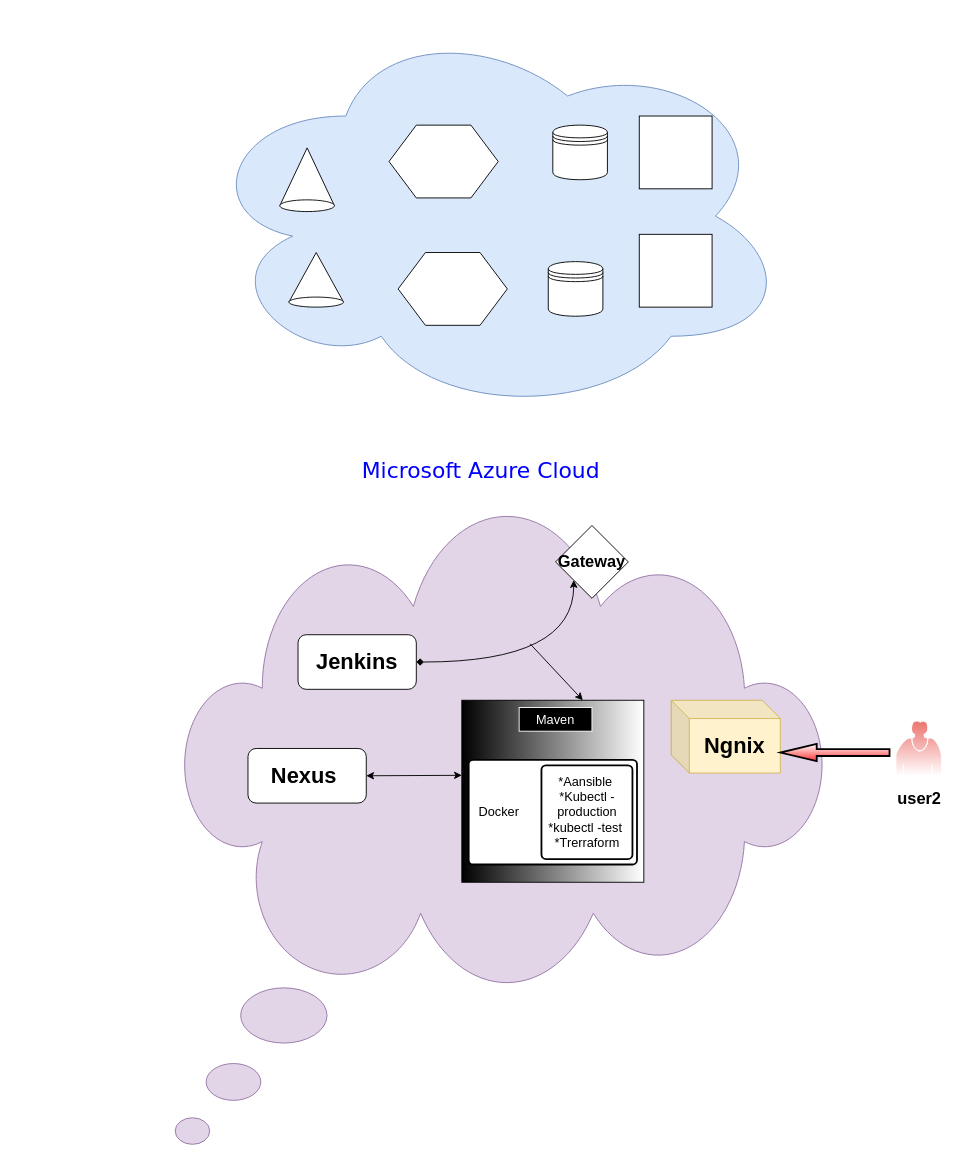
Before: page "Page-1" (1 of 2) of Untitled Diagram.drawio in kraiem12/Projet-infra-aszure, a draw.io diagram. Source tidied: cells renumbered, new cells numbered last; positions are measured from the earlier drawing's top-left corner, leaving out a move shared by most shapes. Both pictures are drawn from the tidied source at 91%, with x=0, y=0 at pixel (175, 15).
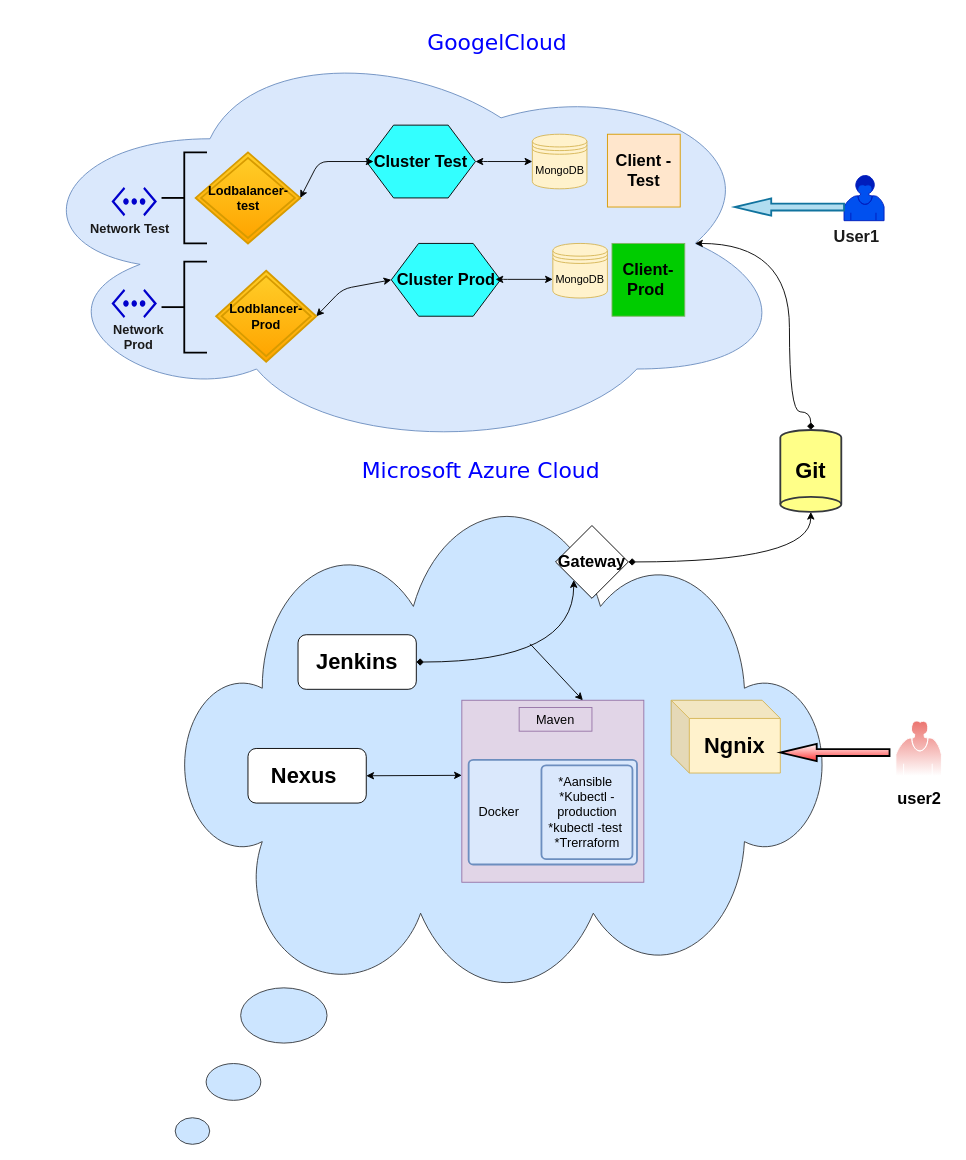
Above is the later version.

The change refers to these unchanged cells:
```xml
<mxCell id="17" value="&lt;h2&gt;&lt;b&gt;Gateway&lt;/b&gt;&lt;/h2&gt;" style="rhombus;whiteSpace=wrap;html=1;" parent="1" vertex="1">
  <mxGeometry x="418" y="560" width="80" height="80" as="geometry" />
</mxCell>
```

Diff of the diagram source:
```diff
@@
     <mxCell id="2" style="ellipse;shape=cloud;whiteSpace=wrap;html=1;fillColor=#dae8fc;strokeColor=#6c8ebf;" parent="1" vertex="1">
-      <mxGeometry x="25" width="650" height="440" as="geometry" />
+      <mxGeometry x="-175" y="20" width="853" height="460" as="geometry" />
     </mxCell>
-    <mxCell id="3" style="whiteSpace=wrap;html=1;" parent="1" vertex="1">
-      <mxGeometry x="510" y="110" width="80" height="80" as="geometry" />
+    <mxCell id="3" value="&lt;h2&gt;&lt;b&gt;Client -Test&lt;/b&gt;&lt;/h2&gt;" style="whiteSpace=wrap;html=1;fillColor=#ffe6cc;strokeColor=#d79b00;" parent="1" vertex="1">
+      <mxGeometry x="475" y="130" width="80" height="80" as="geometry" />
     </mxCell>
-    <mxCell id="4" style="whiteSpace=wrap;html=1;" parent="1" vertex="1">
-      <mxGeometry x="510" y="240" width="80" height="80" as="geometry" />
+    <mxCell id="4" value="&lt;h2&gt;Client-Prod&amp;nbsp;&lt;/h2&gt;" style="whiteSpace=wrap;html=1;fillColor=#00CC00;strokeColor=#82b366;" parent="1" vertex="1">
+      <mxGeometry x="480" y="250" width="80" height="80" as="geometry" />
     </mxCell>
-    <mxCell id="5" style="shape=hexagon;perimeter=hexagonPerimeter2;whiteSpace=wrap;html=1;" parent="1" vertex="1">
-      <mxGeometry x="235" y="120" width="120" height="80" as="geometry" />
+    <mxCell id="5" value="&lt;h2&gt;Cluster Test&lt;/h2&gt;" style="shape=hexagon;perimeter=hexagonPerimeter2;whiteSpace=wrap;html=1;fillColor=#33FFFF;" parent="1" vertex="1">
+      <mxGeometry x="210" y="120" width="120" height="80" as="geometry" />
     </mxCell>
-    <mxCell id="6" style="shape=hexagon;perimeter=hexagonPerimeter2;whiteSpace=wrap;html=1;" parent="1" vertex="1">
-      <mxGeometry x="245" y="260" width="120" height="80" as="geometry" />
+    <mxCell id="6" value="&lt;h2&gt;Cluster Prod&lt;/h2&gt;" style="shape=hexagon;perimeter=hexagonPerimeter2;whiteSpace=wrap;html=1;fillColor=#33FFFF;" parent="1" vertex="1">
+      <mxGeometry x="237.5" y="250" width="120" height="80" as="geometry" />
     </mxCell>
-    <mxCell id="7" style="shape=datastore;whiteSpace=wrap;html=1;" parent="1" vertex="1">
-      <mxGeometry x="415" y="120" width="60" height="60" as="geometry" />
+    <mxCell id="7" value="MongoDB" style="shape=datastore;whiteSpace=wrap;html=1;fillColor=#fff2cc;strokeColor=#d6b656;" parent="1" vertex="1">
+      <mxGeometry x="392.5" y="130" width="60" height="60" as="geometry" />
     </mxCell>
-    <mxCell id="8" style="shape=datastore;whiteSpace=wrap;html=1;" parent="1" vertex="1">
-      <mxGeometry x="410" y="270" width="60" height="60" as="geometry" />
+    <mxCell id="8" value="MongoDB" style="shape=datastore;whiteSpace=wrap;html=1;fillColor=#fff2cc;strokeColor=#d6b656;" parent="1" vertex="1">
+      <mxGeometry x="415" y="250" width="60" height="60" as="geometry" />
     </mxCell>
-    <mxCell id="9" style="verticalLabelPosition=bottom;verticalAlign=top;html=1;shape=mxgraph.basic.cone;" parent="1" vertex="1">
-      <mxGeometry x="115" y="145" width="60" height="70" as="geometry" />
-    </mxCell>
-    <mxCell id="10" style="verticalLabelPosition=bottom;verticalAlign=top;html=1;shape=mxgraph.basic.cone;" parent="1" vertex="1">
-      <mxGeometry x="125" y="260" width="60" height="60" as="geometry" />
-    </mxCell>
-    <mxCell id="11" style="whiteSpace=wrap;html=1;shape=mxgraph.basic.cloud_callout;fillColor=#e1d5e7;strokeColor=#9673a6;" parent="1" vertex="1">
+    <mxCell id="11" style="whiteSpace=wrap;html=1;shape=mxgraph.basic.cloud_callout;fillColor=#cce5ff;strokeColor=#36393d;" parent="1" vertex="1">
       <mxGeometry y="550" width="715" height="690" as="geometry" />
     </mxCell>
@@
-    <mxCell id="13" style="whiteSpace=wrap;html=1;gradientColor=#ffffff;gradientDirection=east;fillColor=#000000;" parent="1" vertex="1">
+    <mxCell id="13" style="whiteSpace=wrap;html=1;gradientDirection=east;fillColor=#e1d5e7;strokeColor=#9673a6;" parent="1" vertex="1">
       <mxGeometry x="315" y="752" width="200" height="200" as="geometry" />
     </mxCell>
@@
+    <mxCell id="28" style="edgeStyle=orthogonalEdgeStyle;curved=1;jettySize=auto;html=1;exitX=1;exitY=0.5;exitDx=0;exitDy=0;entryX=1;entryY=0.5;entryDx=0;entryDy=0;entryPerimeter=0;startArrow=diamond;startFill=1;targetPerimeterSpacing=2;fontColor=#FFFFFF;" parent="1" edge="1" source="17" target="40">
+      <mxGeometry relative="1" as="geometry" />
+    </mxCell>
@@
-    <mxCell id="20" style="rounded=1;absoluteArcSize=1;html=1;strokeWidth=2;arcSize=10;fontSize=14;" parent="1" vertex="1">
+    <mxCell id="20" style="rounded=1;absoluteArcSize=1;html=1;strokeWidth=2;arcSize=10;fontSize=14;fillColor=#dae8fc;strokeColor=#6c8ebf;" parent="1" vertex="1">
       <mxGeometry x="322.5" y="817.5" width="185" height="115" as="geometry" />
     </mxCell>
@@
-    <mxCell id="23" value="Maven" style="text;align=center;verticalAlign=middle;spacingLeft=4;spacingRight=4;strokeColor=#FFFFFF;fillColor=#000000;fontSize=14;fontColor=#FFFFFF;" parent="1" vertex="1">
+    <mxCell id="23" value="Maven" style="text;align=center;verticalAlign=middle;spacingLeft=4;spacingRight=4;strokeColor=#9673a6;fillColor=#e1d5e7;fontSize=14;" parent="1" vertex="1">
       <mxGeometry x="378" y="760" width="80" height="26" as="geometry" />
     </mxCell>
@@
+    <mxCell id="29" style="endArrow=classic;startArrow=classic;html=1;fontColor=#FFFFFF;entryX=0;entryY=0.5;entryDx=0;entryDy=0;exitX=1;exitY=0.5;exitDx=0;exitDy=0;" parent="1" edge="1" source="5" target="7">
+      <mxGeometry relative="1" as="geometry">
+        <Array as="points">
+          <mxPoint x="333" y="160" />
+        </Array>
+      </mxGeometry>
+    </mxCell>
+    <mxCell id="30" style="endArrow=classic;startArrow=classic;html=1;fontColor=#FFFFFF;entryX=0;entryY=0.5;entryDx=0;entryDy=0;exitX=1;exitY=0.5;exitDx=0;exitDy=0;" parent="1" edge="1">
+      <mxGeometry relative="1" as="geometry">
+        <mxPoint x="352" y="289.5" as="sourcePoint" />
+        <mxPoint x="415" y="289.5" as="targetPoint" />
+        <Array as="points">
+          <mxPoint x="355" y="289.5" />
+        </Array>
+      </mxGeometry>
+    </mxCell>
+    <mxCell id="31" value="&lt;h4&gt;Lodbalancer-test&lt;/h4&gt;" style="shape=rhombus;double=1;strokeWidth=2;fontSize=17;perimeter=rhombusPerimeter;whiteSpace=wrap;html=1;align=center;fontSize=14;shadow=0;fillColor=#ffcd28;gradientColor=#ffa500;strokeColor=#d79b00;" parent="1" vertex="1">
+      <mxGeometry x="22.5" y="150" width="115" height="100" as="geometry" />
+    </mxCell>
+    <mxCell id="32" style="endArrow=classic;startArrow=classic;html=1;fontColor=#FFFFFF;entryX=0;entryY=0.5;entryDx=0;entryDy=0;exitX=1;exitY=0.5;exitDx=0;exitDy=0;" parent="1" edge="1" source="31">
+      <mxGeometry relative="1" as="geometry">
+        <mxPoint x="218" y="160" as="targetPoint" />
+        <Array as="points">
+          <mxPoint x="158" y="160" />
+        </Array>
+      </mxGeometry>
+    </mxCell>
+    <mxCell id="33" style="endArrow=classic;startArrow=classic;html=1;fontColor=#FFFFFF;entryX=0;entryY=0.5;entryDx=0;entryDy=0;exitX=1;exitY=0.5;exitDx=0;exitDy=0;" parent="1" edge="1" source="34" target="6">
+      <mxGeometry relative="1" as="geometry">
+        <Array as="points">
+          <mxPoint x="184" y="300" />
+        </Array>
+      </mxGeometry>
+    </mxCell>
+    <mxCell id="34" value="&lt;h4&gt;Lodblancer-Prod&lt;/h4&gt;" style="shape=rhombus;double=1;strokeWidth=2;fontSize=17;perimeter=rhombusPerimeter;whiteSpace=wrap;html=1;align=center;fontSize=14;shadow=0;fillColor=#ffcd28;gradientColor=#ffa500;strokeColor=#d79b00;" parent="1" vertex="1">
+      <mxGeometry x="45" y="280" width="110" height="100" as="geometry" />
+    </mxCell>
+    <mxCell id="35" style="shape=mxgraph.bpmn.user_task;html=1;shadow=0;strokeColor=#001DBC;fillColor=#0050ef;fontColor=#ffffff;" parent="1" vertex="1">
+      <mxGeometry x="735" y="175" width="44" height="50" as="geometry" />
+    </mxCell>
+    <mxCell id="36" value="&lt;h2&gt;&lt;font color=&quot;#1a1a1a&quot;&gt;User1&lt;/font&gt;&lt;/h2&gt;" style="text;html=1;align=left;verticalAlign=top;spacingTop=-4;fontColor=#FFFFFF;" parent="1" vertex="1">
+      <mxGeometry x="722" y="215" width="70" height="50" as="geometry" />
+    </mxCell>
+    <mxCell id="37" value="&lt;h1&gt;&lt;span style=&quot;font-weight: normal&quot;&gt;&lt;font face=&quot;Verdana&quot; color=&quot;#0000ff&quot;&gt;GoogelCloud&amp;nbsp;&lt;/font&gt;&lt;/span&gt;&lt;/h1&gt;" style="text;html=1;strokeColor=none;fillColor=none;align=center;verticalAlign=middle;whiteSpace=wrap;rounded=0;" parent="1" vertex="1">
+      <mxGeometry x="217.5" y="20" width="280" height="20" as="geometry" />
+    </mxCell>
+    <mxCell id="38" style="verticalLabelPosition=bottom;verticalAlign=top;html=1;strokeWidth=2;shape=mxgraph.arrows2.arrow;dy=0.6;dx=40;notch=0;fillColor=#b1ddf0;shadow=0;direction=west;strokeColor=#10739e;" parent="1" vertex="1">
+      <mxGeometry x="615" y="200.5" width="120" height="19" as="geometry" />
+    </mxCell>
+    <mxCell id="39" style="edgeStyle=orthogonalEdgeStyle;curved=1;jettySize=auto;html=1;exitX=0;exitY=0.5;exitDx=0;exitDy=0;exitPerimeter=0;entryX=0.875;entryY=0.5;entryDx=0;entryDy=0;entryPerimeter=0;startArrow=diamond;startFill=1;targetPerimeterSpacing=2;fontColor=#FFFFFF;" parent="1" edge="1" source="40" target="2">
+      <mxGeometry relative="1" as="geometry">
+        <Array as="points">
+          <mxPoint x="699" y="435" />
+          <mxPoint x="675" y="435" />
+          <mxPoint x="675" y="250" />
+        </Array>
+      </mxGeometry>
+    </mxCell>
+    <mxCell id="40" value="&lt;h1&gt;&lt;b&gt;Git&lt;/b&gt;&lt;/h1&gt;" style="strokeWidth=2;html=1;shape=mxgraph.flowchart.direct_data;whiteSpace=wrap;shadow=0;fillColor=#ffff88;rotation=0;direction=south;strokeColor=#36393d;" parent="1" vertex="1">
+      <mxGeometry x="665" y="455" width="67" height="90" as="geometry" />
+    </mxCell>
+    <mxCell id="41" style="strokeWidth=2;html=1;shape=mxgraph.flowchart.annotation_2;align=left;shadow=0;fillColor=#1A1A1A;gradientColor=#ffffff;fontColor=#FFFFFF;" parent="1" vertex="1">
+      <mxGeometry x="-15" y="150" width="50" height="100" as="geometry" />
+    </mxCell>
+    <mxCell id="42" style="strokeWidth=2;html=1;shape=mxgraph.flowchart.annotation_2;align=left;shadow=0;fillColor=#1A1A1A;gradientColor=#ffffff;fontColor=#FFFFFF;" parent="1" vertex="1">
+      <mxGeometry x="-15" y="270" width="50" height="100" as="geometry" />
+    </mxCell>
+    <mxCell id="43" style="verticalLabelPosition=bottom;html=1;verticalAlign=top;align=center;strokeColor=none;fillColor=#0000CC;shape=mxgraph.azure.virtual_network;shadow=0;fontColor=#FFFFFF;" parent="1" vertex="1">
+      <mxGeometry x="-70" y="188" width="50" height="32" as="geometry" />
+    </mxCell>
+    <mxCell id="44" style="verticalLabelPosition=bottom;html=1;verticalAlign=top;align=center;strokeColor=none;fillColor=#0000CC;shape=mxgraph.azure.virtual_network;shadow=0;fontColor=#FFFFFF;" parent="1" vertex="1">
+      <mxGeometry x="-70" y="300" width="50" height="32" as="geometry" />
+    </mxCell>
+    <mxCell id="45" value="&lt;h3&gt;&lt;font color=&quot;#1a1a1a&quot;&gt;Network Prod&lt;/font&gt;&lt;/h3&gt;" style="text;html=1;strokeColor=none;fillColor=none;align=center;verticalAlign=middle;whiteSpace=wrap;rounded=0;shadow=0;fontColor=#FFFFFF;" parent="1" vertex="1">
+      <mxGeometry x="-75" y="335" width="70" height="35" as="geometry" />
+    </mxCell>
+    <mxCell id="46" value="&lt;h3&gt;&lt;font color=&quot;#1a1a1a&quot;&gt;Network Test&lt;/font&gt;&lt;/h3&gt;" style="text;html=1;fontColor=#FFFFFF;" parent="1" vertex="1">
+      <mxGeometry x="-95" y="205" width="100" height="30" as="geometry" />
+    </mxCell>
```
